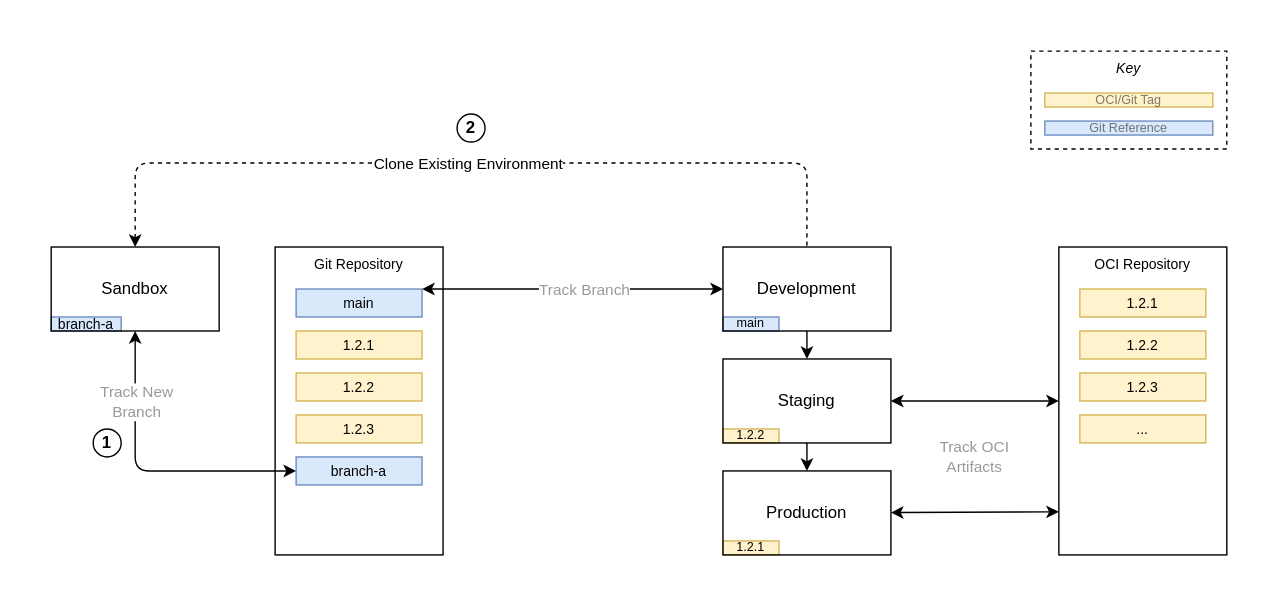
The draw.io diagram docs/change-promotion-platform-a.drawio.svg in danielloader/kubernetes-sdlc, before a commit. Source tidied: cells renumbered, new cells last; positions are measured from the earlier drawing's top-left corner, leaving out a move shared by most shapes.
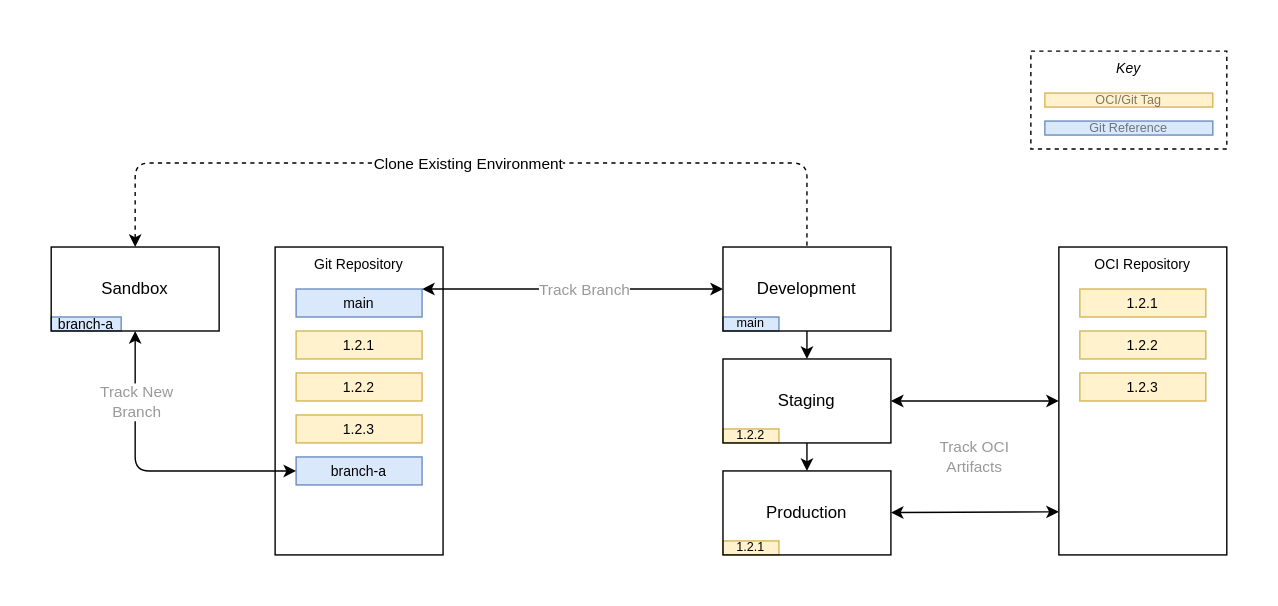
The same file after the commit.

What changed in the source:
```diff
@@ -69,9 +69,6 @@
     <mxCell id="21" value="branch-a" style="rounded=0;whiteSpace=wrap;html=1;fontSize=10;fillColor=#dae8fc;strokeColor=#6c8ebf;" parent="1" vertex="1">
       <mxGeometry x="195" y="310" width="90" height="20" as="geometry" />
     </mxCell>
-    <mxCell id="22" value="..." style="rounded=0;whiteSpace=wrap;html=1;fontSize=10;fillColor=#fff2cc;strokeColor=#d6b656;" parent="1" vertex="1">
-      <mxGeometry x="755" y="280" width="90" height="20" as="geometry" />
-    </mxCell>
     <mxCell id="23" value="main" style="text;html=1;strokeColor=#6c8ebf;fillColor=#dae8fc;align=center;verticalAlign=middle;whiteSpace=wrap;rounded=0;fontSize=9;" parent="1" vertex="1">
       <mxGeometry x="500" y="210" width="40" height="10" as="geometry" />
     </mxCell>
@@ -115,11 +112,5 @@
     <mxCell id="35" value="Sandbox" style="rounded=0;whiteSpace=wrap;html=1;fillColor=none;" parent="1" vertex="1">
       <mxGeometry x="20" y="160" width="120" height="60" as="geometry" />
     </mxCell>
-    <mxCell id="36" value="1" style="ellipse;whiteSpace=wrap;html=1;fontStyle=1;" parent="1" vertex="1">
-      <mxGeometry x="50" y="290" width="20" height="20" as="geometry" />
-    </mxCell>
-    <mxCell id="37" value="2" style="ellipse;whiteSpace=wrap;html=1;fontStyle=1;" parent="1" vertex="1">
-      <mxGeometry x="310" y="65" width="20" height="20" as="geometry" />
-    </mxCell>
   </root>
 </mxGraphModel>
```
